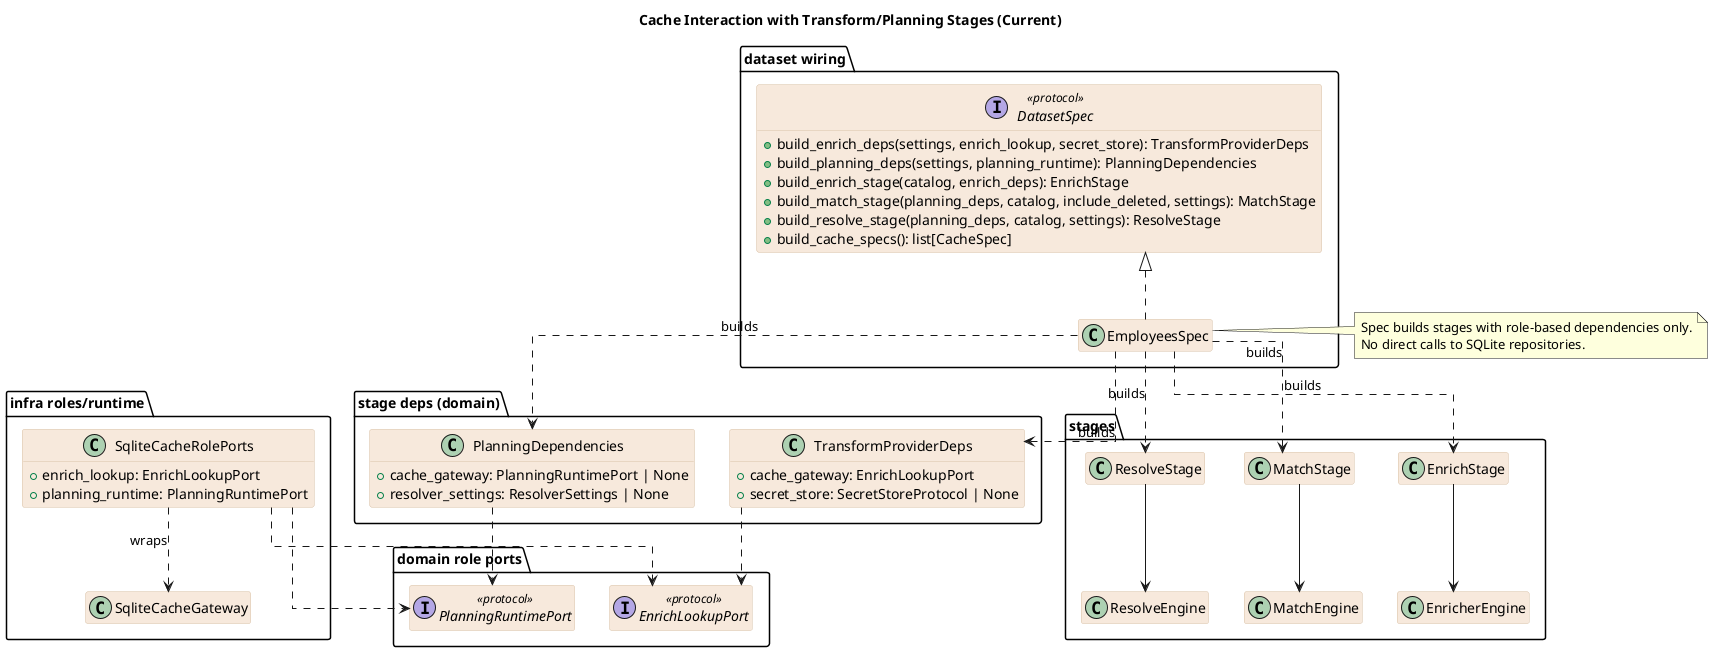
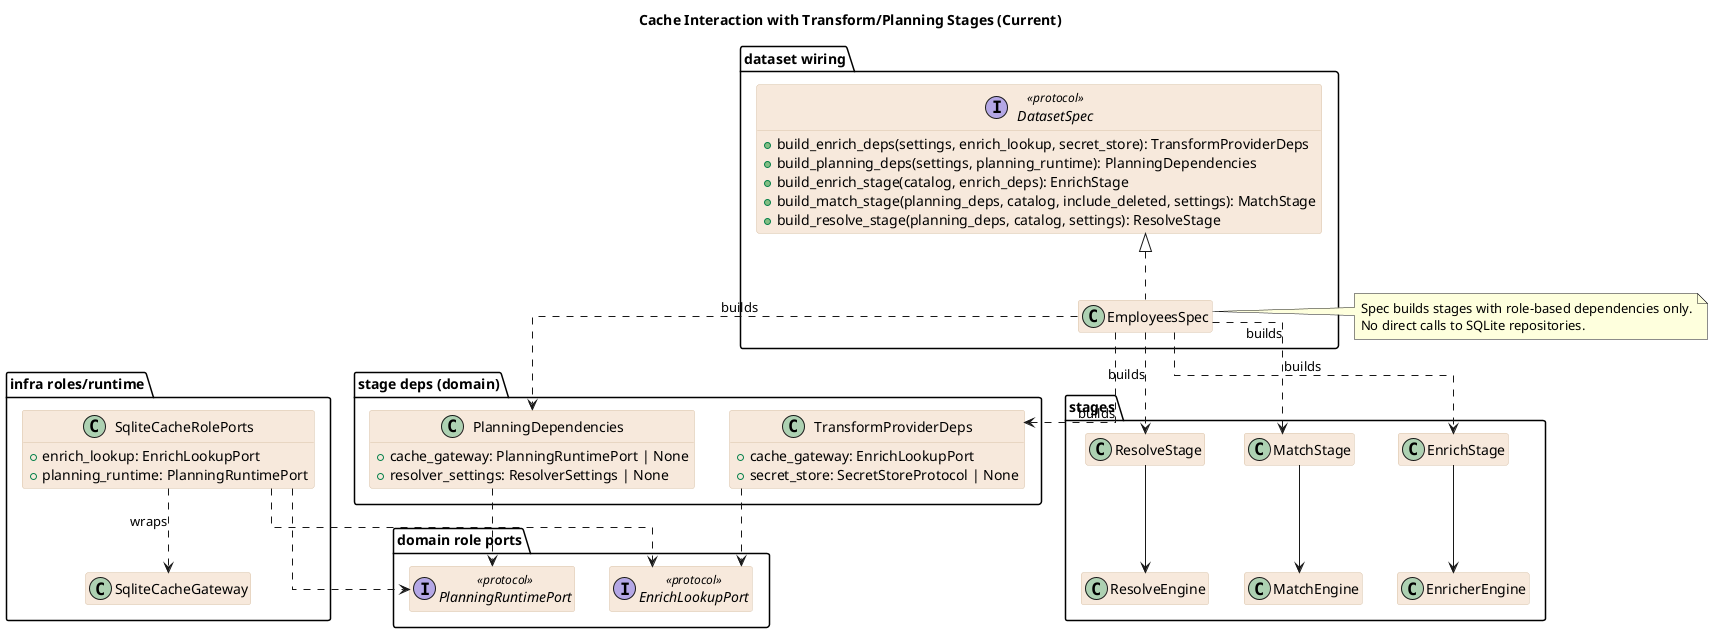
@startuml
title Cache Interaction with Transform/Planning Stages (Current)
set namespaceSeparator none
skinparam backgroundColor white
skinparam linetype ortho
skinparam defaultFontName Arial
skinparam class {
  BackgroundColor #f7e9dc
  BorderColor #d9c2a8
}
hide empty members

package "dataset wiring" {
  interface DatasetSpec <<protocol>> {
    +build_enrich_deps(settings, enrich_lookup, secret_store): TransformProviderDeps
    +build_planning_deps(settings, planning_runtime): PlanningDependencies
    +build_enrich_stage(catalog, enrich_deps): EnrichStage
    +build_match_stage(planning_deps, catalog, include_deleted, settings): MatchStage
    +build_resolve_stage(planning_deps, catalog, settings): ResolveStage
-     +build_cache_specs(): list[CacheSpec]
  }

  class EmployeesSpec
}

package "stage deps (domain)" {
  class TransformProviderDeps {
    +cache_gateway: EnrichLookupPort
    +secret_store: SecretStoreProtocol | None
  }

  class PlanningDependencies {
    +cache_gateway: PlanningRuntimePort | None
    +resolver_settings: ResolverSettings | None
  }
}

package "stages" {
  class EnrichStage
  class MatchStage
  class ResolveStage

  class EnricherEngine
  class MatchEngine
  class ResolveEngine
}

package "domain role ports" {
  interface EnrichLookupPort <<protocol>>
  interface PlanningRuntimePort <<protocol>>
}

package "infra roles/runtime" {
  class SqliteCacheRolePorts {
    +enrich_lookup: EnrichLookupPort
    +planning_runtime: PlanningRuntimePort
  }
  class SqliteCacheGateway
}

DatasetSpec <|.. EmployeesSpec

EmployeesSpec ..> TransformProviderDeps : builds
EmployeesSpec ..> PlanningDependencies : builds
EmployeesSpec ..> EnrichStage : builds
EmployeesSpec ..> MatchStage : builds
EmployeesSpec ..> ResolveStage : builds

TransformProviderDeps ..> EnrichLookupPort
PlanningDependencies ..> PlanningRuntimePort

EnrichStage --> EnricherEngine
MatchStage --> MatchEngine
ResolveStage --> ResolveEngine

SqliteCacheRolePorts ..> EnrichLookupPort
SqliteCacheRolePorts ..> PlanningRuntimePort
SqliteCacheRolePorts ..> SqliteCacheGateway : wraps

note right of EmployeesSpec
Spec builds stages with role-based dependencies only.
No direct calls to SQLite repositories.
end note

@enduml
